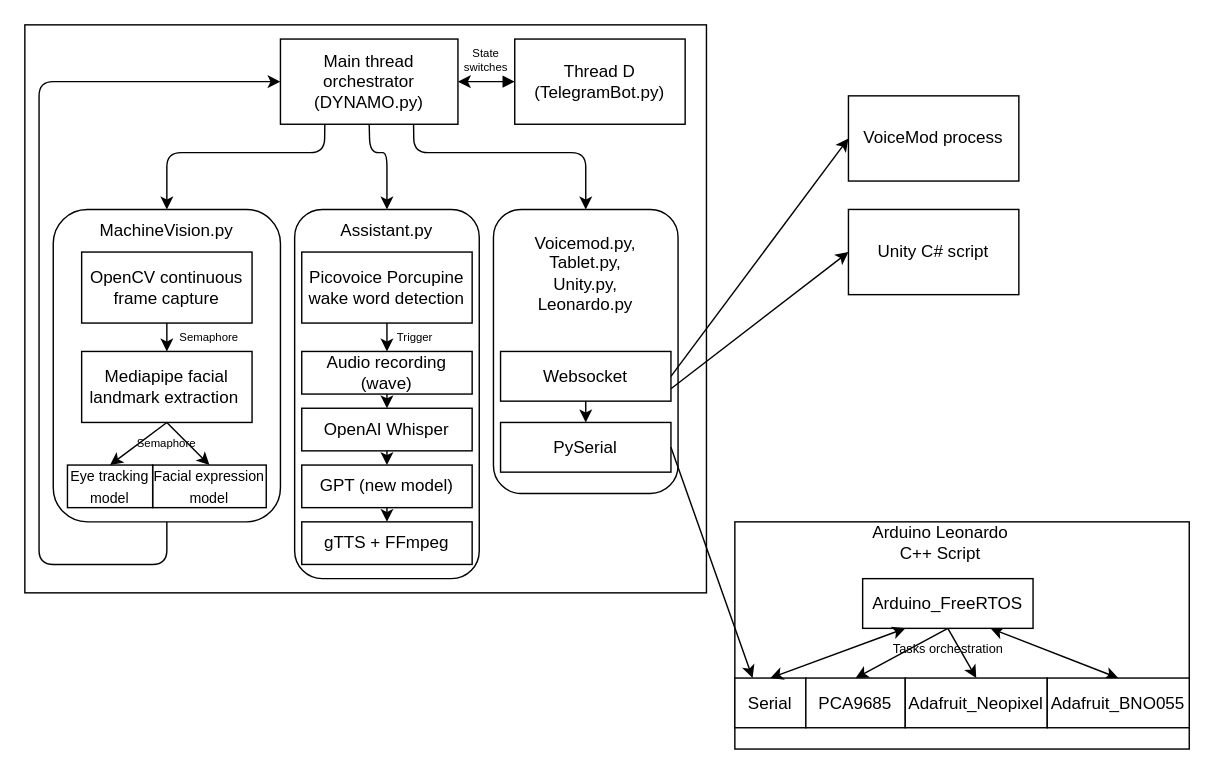
Before: Software.drawio in MekhyW/DYNAMO-Electronic_Fursuit-2.0, a draw.io diagram. Source tidied: cells renumbered, new cells numbered last; positions are measured from the earlier drawing's top-left corner, leaving out a move shared by most shapes. Both pictures are drawn from the tidied source at 142%, with x=0, y=0 at pixel (24, 24).
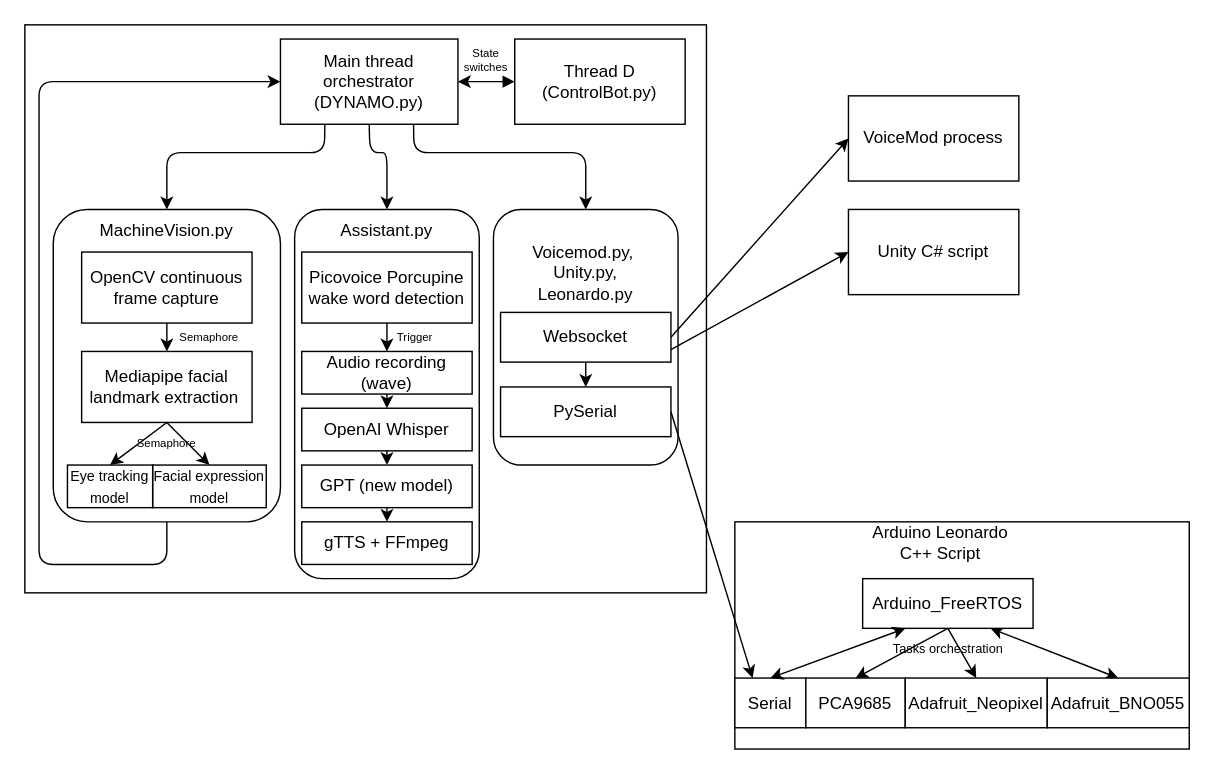
After the change.

Change to the diagram source:
```diff
@@
-    <mxCell id="8" value="Thread D (TelegramBot.py)" style="rounded=0;whiteSpace=wrap;html=1;" parent="1" vertex="1">
+    <mxCell id="8" value="Thread D (ControlBot.py)" style="rounded=0;whiteSpace=wrap;html=1;" parent="1" vertex="1">
       <mxGeometry x="345" y="10" width="120" height="60" as="geometry" />
     </mxCell>
@@
     <mxCell id="34" style="rounded=1;whiteSpace=wrap;html=1;fontSize=12;" parent="1" vertex="1">
-      <mxGeometry x="330" y="130" width="130" height="200" as="geometry" />
+      <mxGeometry x="330" y="130" width="130" height="180" as="geometry" />
     </mxCell>
-    <mxCell id="35" value="Voicemod.py, Tablet.py, Unity.py, Leonardo.py" style="text;html=1;strokeColor=none;fillColor=none;align=center;verticalAlign=middle;whiteSpace=wrap;rounded=0;fontSize=12;" parent="1" vertex="1">
+    <mxCell id="35" value="Voicemod.py,&amp;nbsp; Unity.py, Leonardo.py" style="text;html=1;strokeColor=none;fillColor=none;align=center;verticalAlign=middle;whiteSpace=wrap;rounded=0;fontSize=12;" parent="1" vertex="1">
       <mxGeometry x="365" y="160" width="60" height="30" as="geometry" />
     </mxCell>
@@
     <mxCell id="38" value="Websocket" style="rounded=0;whiteSpace=wrap;html=1;fontSize=12;" parent="1" vertex="1">
-      <mxGeometry x="335" y="230" width="120" height="35" as="geometry" />
+      <mxGeometry x="335" y="202.5" width="120" height="35" as="geometry" />
     </mxCell>
@@
     <mxCell id="40" value="PySerial" style="rounded=0;whiteSpace=wrap;html=1;fontSize=12;" parent="1" vertex="1">
-      <mxGeometry x="335" y="280" width="120" height="35" as="geometry" />
+      <mxGeometry x="335" y="255" width="120" height="35" as="geometry" />
     </mxCell>
```
